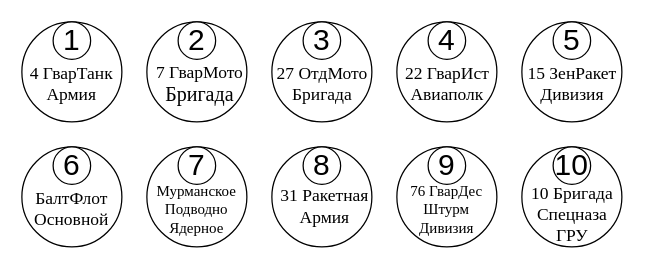
Earlier version of the draw.io diagram page "Узел Rank" (1 of 9) of MilitaryNetwork.drawio (m1tchX/DBhomework). Source tidied: cells renumbered, new cells numbered last; positions are measured from the earlier drawing's top-left corner, leaving out a move shared by most shapes. Both pictures are drawn from the tidied source at 125%, with x=0, y=0 at pixel (21, 21).
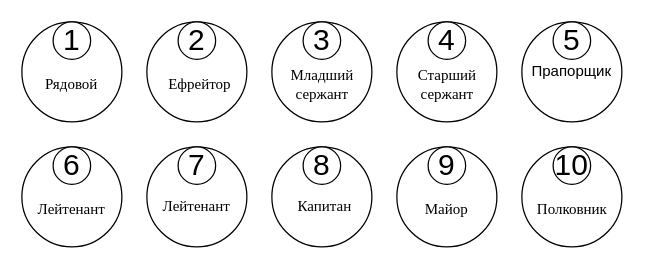
The same page after the edit.

Diff of the diagram source:
```diff
@@
-    <mxCell id="7" style="ellipse;whiteSpace=wrap;html=1;" parent="1" vertex="1">
+    <mxCell id="7" value="Прапорщик" style="ellipse;whiteSpace=wrap;html=1;" parent="1" vertex="1">
       <mxGeometry x="400" width="80" height="80" as="geometry" />
     </mxCell>
@@
-    <mxCell id="32" value="&lt;font style=&quot;font-size: 14px;&quot; face=&quot;Times New Roman&quot;&gt;4 ГварТанк&lt;/font&gt;&lt;div&gt;&lt;font style=&quot;font-size: 14px;&quot; face=&quot;Times New Roman&quot;&gt;Армия&lt;/font&gt;&lt;/div&gt;" style="text;html=1;align=center;verticalAlign=middle;whiteSpace=wrap;rounded=0;" parent="1" vertex="1">
+    <mxCell id="32" value="&lt;div&gt;&lt;font face=&quot;Times New Roman&quot;&gt;Рядовой&lt;/font&gt;&lt;/div&gt;" style="text;html=1;align=center;verticalAlign=middle;whiteSpace=wrap;rounded=0;" parent="1" vertex="1">
       <mxGeometry x="5" y="30" width="70" height="40" as="geometry" />
     </mxCell>
-    <mxCell id="33" value="&lt;font style=&quot;font-size: 14px;&quot; face=&quot;Times New Roman&quot;&gt;7 ГварМото&lt;/font&gt;&lt;div&gt;&lt;font size=&quot;3&quot; face=&quot;Times New Roman&quot;&gt;Бригада&lt;/font&gt;&lt;/div&gt;" style="text;html=1;align=center;verticalAlign=middle;whiteSpace=wrap;rounded=0;" parent="1" vertex="1">
+    <mxCell id="33" value="&lt;div&gt;&lt;font face=&quot;Times New Roman&quot;&gt;Ефрейтор&lt;/font&gt;&lt;/div&gt;" style="text;html=1;align=center;verticalAlign=middle;whiteSpace=wrap;rounded=0;" parent="1" vertex="1">
       <mxGeometry x="100" y="30" width="85" height="40" as="geometry" />
     </mxCell>
-    <mxCell id="34" value="&lt;font face=&quot;Times New Roman&quot;&gt;&lt;span style=&quot;font-size: 14px;&quot;&gt;27 ОтдМото&lt;/span&gt;&lt;/font&gt;&lt;div&gt;&lt;font face=&quot;Times New Roman&quot;&gt;&lt;span style=&quot;font-size: 14px;&quot;&gt;Бригада&lt;/span&gt;&lt;/font&gt;&lt;/div&gt;" style="text;html=1;align=center;verticalAlign=middle;whiteSpace=wrap;rounded=0;" parent="1" vertex="1">
+    <mxCell id="34" value="&lt;div&gt;&lt;font face=&quot;Times New Roman&quot;&gt;Младший сержант&lt;/font&gt;&lt;/div&gt;" style="text;html=1;align=center;verticalAlign=middle;whiteSpace=wrap;rounded=0;" parent="1" vertex="1">
       <mxGeometry x="197.5" y="30" width="85" height="40" as="geometry" />
     </mxCell>
-    <mxCell id="35" value="&lt;font face=&quot;Times New Roman&quot;&gt;&lt;span style=&quot;font-size: 14px;&quot;&gt;22 ГварИст&lt;/span&gt;&lt;/font&gt;&lt;div&gt;&lt;font face=&quot;Times New Roman&quot;&gt;&lt;span style=&quot;font-size: 14px;&quot;&gt;Авиаполк&lt;/span&gt;&lt;/font&gt;&lt;/div&gt;" style="text;html=1;align=center;verticalAlign=middle;whiteSpace=wrap;rounded=0;" parent="1" vertex="1">
+    <mxCell id="35" value="&lt;div&gt;&lt;font face=&quot;Times New Roman&quot;&gt;Старший сержант&lt;/font&gt;&lt;/div&gt;" style="text;html=1;align=center;verticalAlign=middle;whiteSpace=wrap;rounded=0;" parent="1" vertex="1">
       <mxGeometry x="297.5" y="30" width="85" height="40" as="geometry" />
     </mxCell>
-    <mxCell id="36" value="&lt;font face=&quot;Times New Roman&quot;&gt;&lt;span style=&quot;font-size: 14px;&quot;&gt;15 ЗенРакет&lt;/span&gt;&lt;/font&gt;&lt;div&gt;&lt;font face=&quot;Times New Roman&quot;&gt;&lt;span style=&quot;font-size: 14px;&quot;&gt;Дивизия&lt;/span&gt;&lt;/font&gt;&lt;/div&gt;" style="text;html=1;align=center;verticalAlign=middle;whiteSpace=wrap;rounded=0;" parent="1" vertex="1">
-      <mxGeometry x="397.5" y="30" width="85" height="40" as="geometry" />
-    </mxCell>
-    <mxCell id="37" value="&lt;font face=&quot;Times New Roman&quot;&gt;&lt;span style=&quot;font-size: 14px;&quot;&gt;БалтФлот&lt;/span&gt;&lt;/font&gt;&lt;div&gt;&lt;font face=&quot;Times New Roman&quot;&gt;&lt;span style=&quot;font-size: 14px;&quot;&gt;Основной&lt;/span&gt;&lt;/font&gt;&lt;/div&gt;" style="text;html=1;align=center;verticalAlign=middle;whiteSpace=wrap;rounded=0;" parent="1" vertex="1">
+    <mxCell id="37" value="&lt;font face=&quot;Times New Roman&quot;&gt;Лейтенант&lt;/font&gt;" style="text;html=1;align=center;verticalAlign=middle;whiteSpace=wrap;rounded=0;" parent="1" vertex="1">
       <mxGeometry x="5" y="130" width="70" height="40" as="geometry" />
     </mxCell>
-    <mxCell id="38" value="&lt;font style=&quot;font-size: 12px;&quot; face=&quot;Times New Roman&quot;&gt;Мурманское Подводно&lt;/font&gt;&lt;div&gt;&lt;font style=&quot;font-size: 12px;&quot; face=&quot;Times New Roman&quot;&gt;Ядерное&lt;/font&gt;&lt;/div&gt;" style="text;html=1;align=center;verticalAlign=middle;whiteSpace=wrap;rounded=0;" parent="1" vertex="1">
-      <mxGeometry x="105" y="130" width="70" height="40" as="geometry" />
+    <mxCell id="38" value="&lt;font face=&quot;Times New Roman&quot;&gt;Лейтенант&lt;/font&gt;" style="text;html=1;align=center;verticalAlign=middle;whiteSpace=wrap;rounded=0;" parent="1" vertex="1">
+      <mxGeometry x="105" y="127.5" width="70" height="40" as="geometry" />
     </mxCell>
-    <mxCell id="39" value="&lt;font style=&quot;font-size: 12px;&quot; face=&quot;Times New Roman&quot;&gt;76 ГварДес&lt;/font&gt;&lt;div&gt;&lt;font style=&quot;font-size: 12px;&quot; face=&quot;Times New Roman&quot;&gt;Штурм&lt;/font&gt;&lt;/div&gt;&lt;div&gt;&lt;font style=&quot;font-size: 12px;&quot; face=&quot;Times New Roman&quot;&gt;Дивизия&lt;/font&gt;&lt;/div&gt;" style="text;html=1;align=center;verticalAlign=middle;whiteSpace=wrap;rounded=0;" parent="1" vertex="1">
+    <mxCell id="39" value="&lt;font face=&quot;Times New Roman&quot;&gt;Майор&lt;/font&gt;" style="text;html=1;align=center;verticalAlign=middle;whiteSpace=wrap;rounded=0;" parent="1" vertex="1">
       <mxGeometry x="305" y="130" width="70" height="40" as="geometry" />
     </mxCell>
-    <mxCell id="40" value="&lt;font face=&quot;Times New Roman&quot;&gt;&lt;span style=&quot;font-size: 14px;&quot;&gt;10 Бригада&lt;/span&gt;&lt;/font&gt;&lt;div&gt;&lt;font face=&quot;Times New Roman&quot;&gt;&lt;span style=&quot;font-size: 14px;&quot;&gt;Спецназа ГРУ&lt;/span&gt;&lt;/font&gt;&lt;/div&gt;" style="text;html=1;align=center;verticalAlign=middle;whiteSpace=wrap;rounded=0;" parent="1" vertex="1">
-      <mxGeometry x="397.5" y="130" width="85" height="50" as="geometry" />
+    <mxCell id="40" value="&lt;font face=&quot;Times New Roman&quot;&gt;Полковник&lt;/font&gt;" style="text;html=1;align=center;verticalAlign=middle;whiteSpace=wrap;rounded=0;" parent="1" vertex="1">
+      <mxGeometry x="397.5" y="125" width="85" height="50" as="geometry" />
     </mxCell>
-    <mxCell id="41" value="&lt;font face=&quot;Times New Roman&quot;&gt;&lt;span style=&quot;font-size: 14px;&quot;&gt;31 Ракетная Армия&lt;/span&gt;&lt;/font&gt;" style="text;html=1;align=center;verticalAlign=middle;whiteSpace=wrap;rounded=0;" parent="1" vertex="1">
+    <mxCell id="41" value="&lt;font face=&quot;Times New Roman&quot;&gt;Капитан&lt;/font&gt;" style="text;html=1;align=center;verticalAlign=middle;whiteSpace=wrap;rounded=0;" parent="1" vertex="1">
       <mxGeometry x="200" y="125" width="85" height="45" as="geometry" />
     </mxCell>
```
